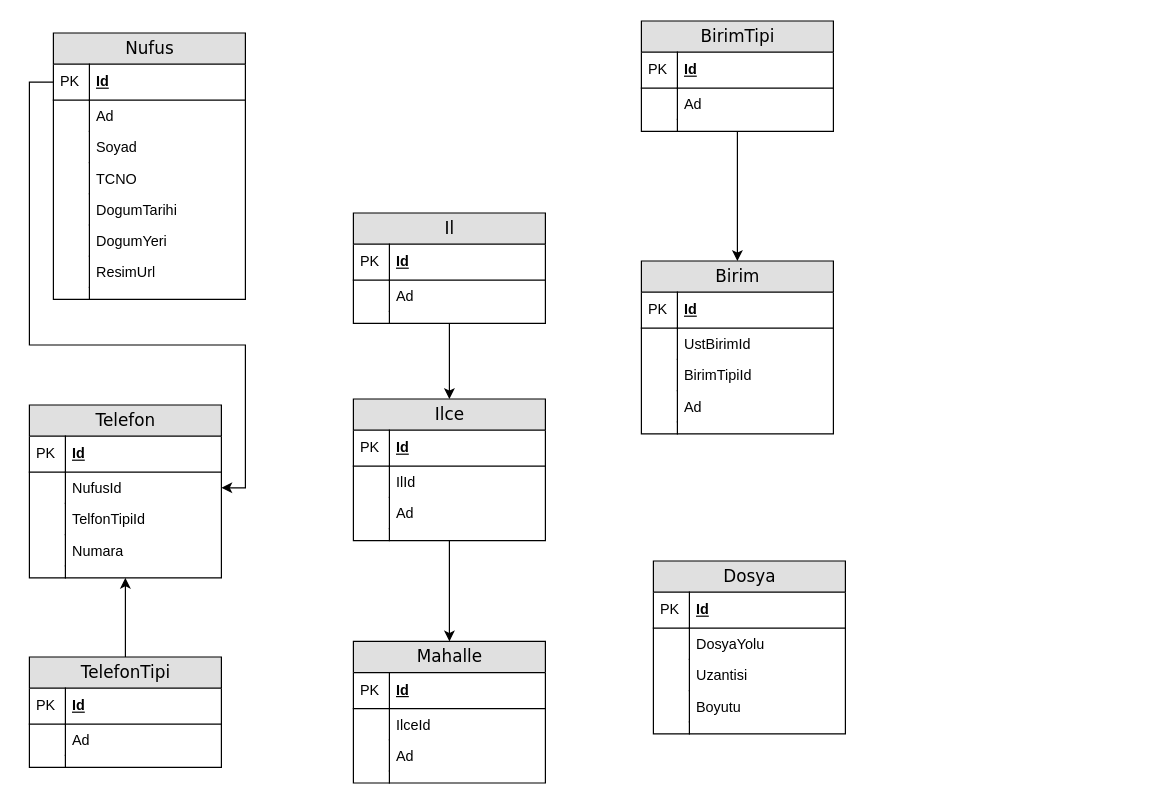
Before: page "Genel" (1 of 9) of Kur 2/Veritabanı Diagrams.drawio in etuncay/kugim-gen-yazilimcilar-egitim-programi, a draw.io diagram. Source tidied: cells renumbered, new cells numbered last; positions are measured from the earlier drawing's top-left corner, leaving out a move shared by most shapes. Both pictures are drawn from the tidied source at 120%, with x=0, y=0 at pixel (29, 20).
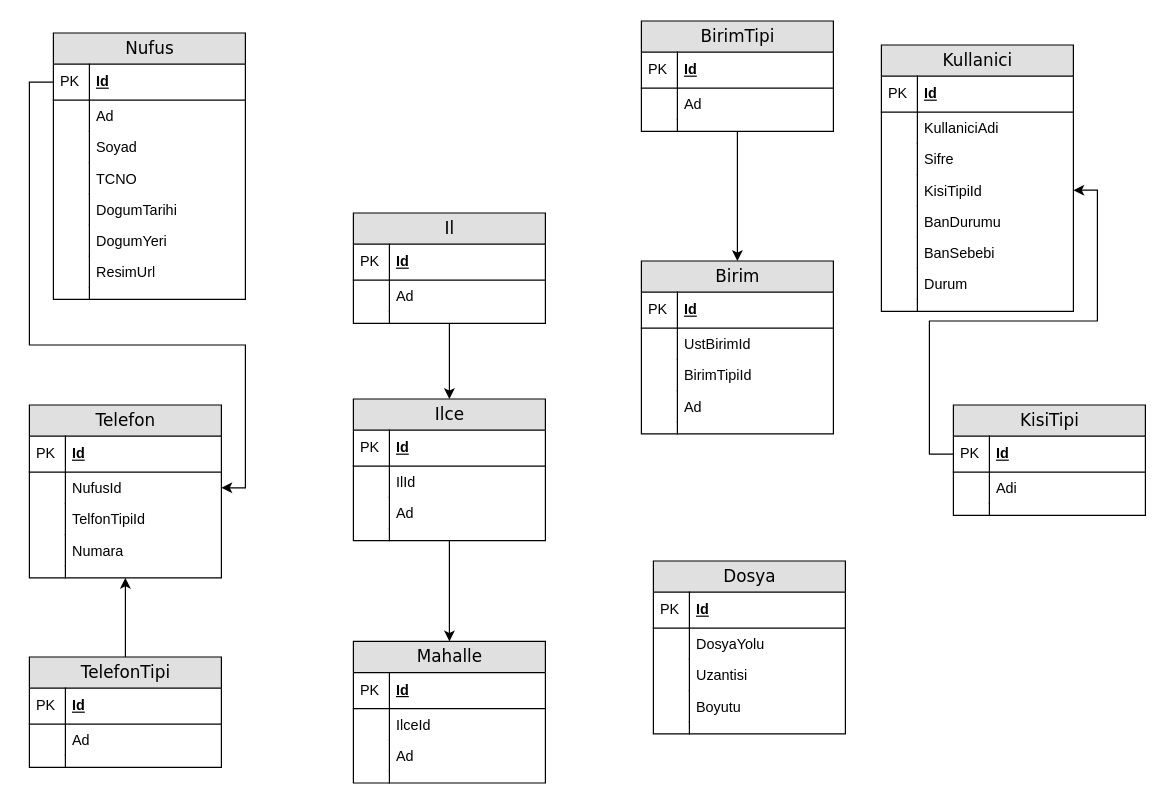
The same page after the edit.

Diff of the diagram source:
```diff
@@
+    <mxCell id="96" value="Kullanici" style="swimlane;html=1;fontStyle=0;horizontal=1;startSize=26;fillColor=#e0e0e0;swimlaneFillColor=#ffffff;align=center;rounded=0;shadow=0;comic=0;labelBackgroundColor=none;strokeWidth=1;fontFamily=Verdana;fontSize=14;" parent="1" vertex="1">
+      <mxGeometry x="710" y="20" width="160" height="222" as="geometry" />
+    </mxCell>
+    <mxCell id="97" value="Id" style="shape=partialRectangle;top=0;left=0;right=0;bottom=1;html=1;align=left;verticalAlign=middle;fillColor=none;spacingLeft=34;spacingRight=4;whiteSpace=wrap;overflow=hidden;fontStyle=5;" parent="96" vertex="1">
+      <mxGeometry y="26" width="160" height="30" as="geometry" />
+    </mxCell>
+    <mxCell id="98" value="PK" style="shape=partialRectangle;top=0;left=0;bottom=0;html=1;fillColor=none;align=left;verticalAlign=middle;spacingLeft=4;spacingRight=4;whiteSpace=wrap;overflow=hidden;" parent="97" vertex="1">
+      <mxGeometry width="30" height="30" as="geometry" />
+    </mxCell>
+    <mxCell id="99" value="KullaniciAdi" style="shape=partialRectangle;top=0;left=0;right=0;bottom=0;html=1;align=left;verticalAlign=top;fillColor=none;spacingLeft=34;spacingRight=4;whiteSpace=wrap;overflow=hidden;" parent="96" vertex="1">
+      <mxGeometry y="56" width="160" height="26" as="geometry" />
+    </mxCell>
+    <mxCell id="100" style="shape=partialRectangle;top=0;left=0;bottom=0;html=1;fillColor=none;align=left;verticalAlign=top;spacingLeft=4;spacingRight=4;whiteSpace=wrap;overflow=hidden;" parent="99" vertex="1">
+      <mxGeometry width="30" height="26" as="geometry" />
+    </mxCell>
+    <mxCell id="101" value="Sifre" style="shape=partialRectangle;top=0;left=0;right=0;bottom=0;html=1;align=left;verticalAlign=top;fillColor=none;spacingLeft=34;spacingRight=4;whiteSpace=wrap;overflow=hidden;" parent="96" vertex="1">
+      <mxGeometry y="82" width="160" height="26" as="geometry" />
+    </mxCell>
+    <mxCell id="102" style="shape=partialRectangle;top=0;left=0;bottom=0;html=1;fillColor=none;align=left;verticalAlign=top;spacingLeft=4;spacingRight=4;whiteSpace=wrap;overflow=hidden;" parent="101" vertex="1">
+      <mxGeometry width="30" height="26" as="geometry" />
+    </mxCell>
+    <mxCell id="103" value="KisiTipiId" style="shape=partialRectangle;top=0;left=0;right=0;bottom=0;html=1;align=left;verticalAlign=top;fillColor=none;spacingLeft=34;spacingRight=4;whiteSpace=wrap;overflow=hidden;points=[[0,0.5],[1,0.5]];portConstraint=eastwest;" parent="96" vertex="1">
+      <mxGeometry y="108" width="160" height="26" as="geometry" />
+    </mxCell>
+    <mxCell id="104" style="shape=partialRectangle;top=0;left=0;bottom=0;html=1;fillColor=none;align=left;verticalAlign=top;spacingLeft=4;spacingRight=4;whiteSpace=wrap;overflow=hidden;" parent="103" vertex="1">
+      <mxGeometry width="30" height="26" as="geometry" />
+    </mxCell>
+    <mxCell id="105" value="BanDurumu" style="shape=partialRectangle;top=0;left=0;right=0;bottom=0;html=1;align=left;verticalAlign=top;fillColor=none;spacingLeft=34;spacingRight=4;whiteSpace=wrap;overflow=hidden;" parent="96" vertex="1">
+      <mxGeometry y="134" width="160" height="26" as="geometry" />
+    </mxCell>
+    <mxCell id="106" style="shape=partialRectangle;top=0;left=0;bottom=0;html=1;fillColor=none;align=left;verticalAlign=top;spacingLeft=4;spacingRight=4;whiteSpace=wrap;overflow=hidden;" parent="105" vertex="1">
+      <mxGeometry width="30" height="26" as="geometry" />
+    </mxCell>
+    <mxCell id="107" value="BanSebebi" style="shape=partialRectangle;top=0;left=0;right=0;bottom=0;html=1;align=left;verticalAlign=top;fillColor=none;spacingLeft=34;spacingRight=4;whiteSpace=wrap;overflow=hidden;" parent="96" vertex="1">
+      <mxGeometry y="160" width="160" height="26" as="geometry" />
+    </mxCell>
+    <mxCell id="108" style="shape=partialRectangle;top=0;left=0;bottom=0;html=1;fillColor=none;align=left;verticalAlign=top;spacingLeft=4;spacingRight=4;whiteSpace=wrap;overflow=hidden;" parent="107" vertex="1">
+      <mxGeometry width="30" height="26" as="geometry" />
+    </mxCell>
+    <mxCell id="109" value="Durum" style="shape=partialRectangle;top=0;left=0;right=0;bottom=0;html=1;align=left;verticalAlign=top;fillColor=none;spacingLeft=34;spacingRight=4;whiteSpace=wrap;overflow=hidden;" parent="96" vertex="1">
+      <mxGeometry y="186" width="160" height="26" as="geometry" />
+    </mxCell>
+    <mxCell id="110" style="shape=partialRectangle;top=0;left=0;bottom=0;html=1;fillColor=none;align=left;verticalAlign=top;spacingLeft=4;spacingRight=4;whiteSpace=wrap;overflow=hidden;" parent="109" vertex="1">
+      <mxGeometry width="30" height="26" as="geometry" />
+    </mxCell>
+    <mxCell id="111" style="shape=partialRectangle;top=0;left=0;right=0;bottom=0;html=1;align=left;verticalAlign=top;fillColor=none;spacingLeft=34;spacingRight=4;whiteSpace=wrap;overflow=hidden;" parent="96" vertex="1">
+      <mxGeometry y="212" width="160" height="10" as="geometry" />
+    </mxCell>
+    <mxCell id="112" style="shape=partialRectangle;top=0;left=0;bottom=0;html=1;fillColor=none;align=left;verticalAlign=top;spacingLeft=4;spacingRight=4;whiteSpace=wrap;overflow=hidden;" parent="111" vertex="1">
+      <mxGeometry width="30" height="10" as="geometry" />
+    </mxCell>
+    <mxCell id="113" value="KisiTipi" style="swimlane;html=1;fontStyle=0;horizontal=1;startSize=26;fillColor=#e0e0e0;swimlaneFillColor=#ffffff;align=center;rounded=0;shadow=0;comic=0;labelBackgroundColor=none;strokeWidth=1;fontFamily=Verdana;fontSize=14;" parent="1" vertex="1">
+      <mxGeometry x="770" y="320" width="160" height="92" as="geometry" />
+    </mxCell>
+    <mxCell id="114" value="Id" style="shape=partialRectangle;top=0;left=0;right=0;bottom=1;html=1;align=left;verticalAlign=middle;fillColor=none;spacingLeft=34;spacingRight=4;whiteSpace=wrap;overflow=hidden;points=[[0,0.5],[1,0.5]];portConstraint=eastwest;fontStyle=5;" parent="113" vertex="1">
+      <mxGeometry y="26" width="160" height="30" as="geometry" />
+    </mxCell>
+    <mxCell id="115" value="PK" style="shape=partialRectangle;top=0;left=0;bottom=0;html=1;fillColor=none;align=left;verticalAlign=middle;spacingLeft=4;spacingRight=4;whiteSpace=wrap;overflow=hidden;" parent="114" vertex="1">
+      <mxGeometry width="30" height="30" as="geometry" />
+    </mxCell>
+    <mxCell id="116" value="Adi" style="shape=partialRectangle;top=0;left=0;right=0;bottom=0;html=1;align=left;verticalAlign=top;fillColor=none;spacingLeft=34;spacingRight=4;whiteSpace=wrap;overflow=hidden;" parent="113" vertex="1">
+      <mxGeometry y="56" width="160" height="26" as="geometry" />
+    </mxCell>
+    <mxCell id="117" style="shape=partialRectangle;top=0;left=0;bottom=0;html=1;fillColor=none;align=left;verticalAlign=top;spacingLeft=4;spacingRight=4;whiteSpace=wrap;overflow=hidden;" parent="116" vertex="1">
+      <mxGeometry width="30" height="26" as="geometry" />
+    </mxCell>
+    <mxCell id="118" style="shape=partialRectangle;top=0;left=0;right=0;bottom=0;html=1;align=left;verticalAlign=top;fillColor=none;spacingLeft=34;spacingRight=4;whiteSpace=wrap;overflow=hidden;" parent="113" vertex="1">
+      <mxGeometry y="82" width="160" height="10" as="geometry" />
+    </mxCell>
+    <mxCell id="119" style="shape=partialRectangle;top=0;left=0;bottom=0;html=1;fillColor=none;align=left;verticalAlign=top;spacingLeft=4;spacingRight=4;whiteSpace=wrap;overflow=hidden;" parent="118" vertex="1">
+      <mxGeometry width="30" height="10" as="geometry" />
+    </mxCell>
+    <mxCell id="120" style="edgeStyle=orthogonalEdgeStyle;rounded=0;jettySize=auto;html=1;" parent="1" edge="1" source="114" target="103">
+      <mxGeometry relative="1" as="geometry" />
+    </mxCell>
```
